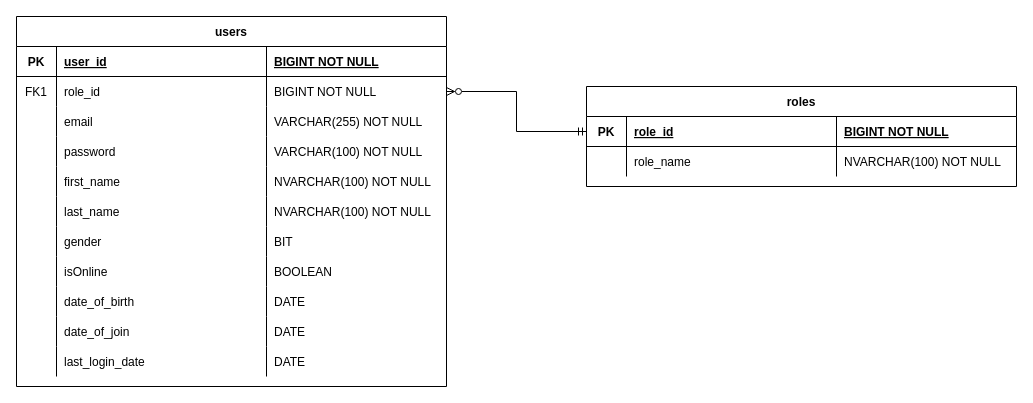
Earlier version of the draw.io diagram database_diagram.drawio (Mtoan12/advanced-web). Source tidied: cells renumbered, new cells numbered last; positions are measured from the earlier drawing's top-left corner, leaving out a move shared by most shapes. Both pictures are drawn from the tidied source at 100%, with x=0, y=0 at pixel (16, 16).
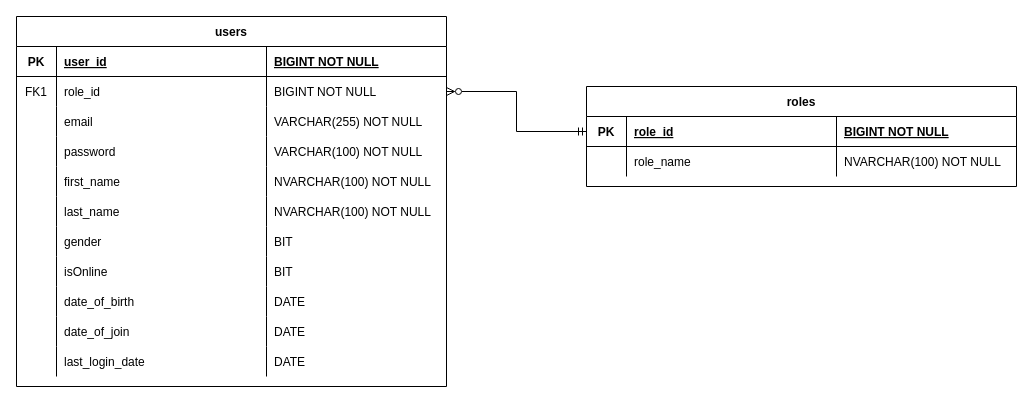
The same page after the edit.

The change refers to these unchanged cells:
```xml
<mxCell id="31" style="shape=partialRectangle;fillColor=none;top=0;left=0;right=0;bottom=0;" parent="2" vertex="1">
  <mxGeometry y="240" width="430" height="30" as="geometry" />
</mxCell>
```

The edit, as a diff of the source:
```diff
@@
-    <mxCell id="34" value="BOOLEAN" style="shape=partialRectangle;overflow=hidden;fillColor=none;top=0;left=0;bottom=0;right=0;align=left;spacingLeft=6;" parent="31" vertex="1">
+    <mxCell id="34" value="BIT" style="shape=partialRectangle;overflow=hidden;fillColor=none;top=0;left=0;bottom=0;right=0;align=left;spacingLeft=6;" parent="31" vertex="1">
       <mxGeometry x="250" width="180" height="30" as="geometry" />
     </mxCell>
```
